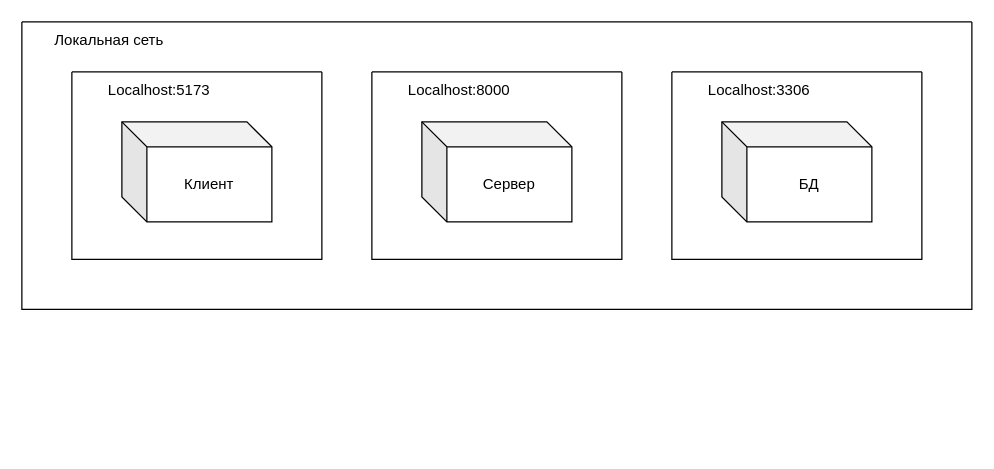
Earlier version of the draw.io diagram Физическое развёртывание.drawio (v-tempe/draw.io). Source tidied: cells renumbered, new cells numbered last; positions are measured from the earlier drawing's top-left corner, leaving out a move shared by most shapes. Both pictures are drawn from the tidied source at 125%, with x=0, y=0 at pixel (21, 21).
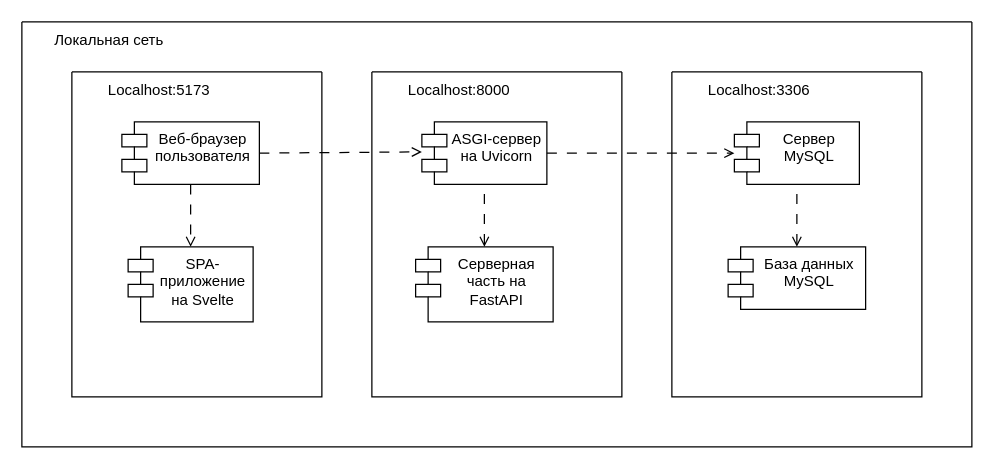
The same diagram, later.

Change to the diagram source:
```diff
@@
     <mxCell id="2" style="swimlane;startSize=0;" parent="1" vertex="1">
-      <mxGeometry width="760" height="230" as="geometry" />
+      <mxGeometry width="760" height="340" as="geometry" />
     </mxCell>
@@
     <mxCell id="4" style="swimlane;startSize=0;" parent="2" vertex="1">
-      <mxGeometry x="40" y="40" width="200" height="150" as="geometry" />
+      <mxGeometry x="40" y="40" width="200" height="260" as="geometry" />
     </mxCell>
-    <mxCell id="5" value="Клиент" style="shape=cube;whiteSpace=wrap;html=1;boundedLbl=1;backgroundOutline=1;darkOpacity=0.05;darkOpacity2=0.1;" parent="4" vertex="1">
-      <mxGeometry x="40" y="40" width="120" height="80" as="geometry" />
-    </mxCell>
@@
+    <mxCell id="13" value="Веб-браузер пользователя" style="shape=module;align=left;spacingLeft=20;align=center;verticalAlign=top;whiteSpace=wrap;html=1;" parent="4" vertex="1">
+      <mxGeometry x="40" y="40" width="110" height="50" as="geometry" />
+    </mxCell>
+    <mxCell id="14" value="SPA-приложение на Svelte" style="shape=module;align=left;spacingLeft=20;align=center;verticalAlign=top;whiteSpace=wrap;html=1;" parent="4" vertex="1">
+      <mxGeometry x="45" y="140" width="100" height="60" as="geometry" />
+    </mxCell>
+    <mxCell id="15" style="endArrow=open;html=1;rounded=0;exitX=0.5;exitY=1;exitDx=0;exitDy=0;entryX=0.5;entryY=0;entryDx=0;entryDy=0;endFill=0;dashed=1;dashPattern=8 8;" parent="4" edge="1" source="13" target="14">
+      <mxGeometry relative="1" as="geometry" />
+    </mxCell>
     <mxCell id="7" style="swimlane;startSize=0;" parent="2" vertex="1">
-      <mxGeometry x="280" y="40" width="200" height="150" as="geometry" />
+      <mxGeometry x="280" y="40" width="200" height="260" as="geometry" />
     </mxCell>
-    <mxCell id="8" value="Сервер" style="shape=cube;whiteSpace=wrap;html=1;boundedLbl=1;backgroundOutline=1;darkOpacity=0.05;darkOpacity2=0.1;" parent="7" vertex="1">
-      <mxGeometry x="40" y="40" width="120" height="80" as="geometry" />
-    </mxCell>
@@
+    <mxCell id="16" value="Серверная часть на FastAPI" style="shape=module;align=left;spacingLeft=20;align=center;verticalAlign=top;whiteSpace=wrap;html=1;" parent="7" vertex="1">
+      <mxGeometry x="35" y="140" width="110" height="60" as="geometry" />
+    </mxCell>
+    <mxCell id="17" value="ASGI-сервер на Uvicorn" style="shape=module;align=left;spacingLeft=20;align=center;verticalAlign=top;whiteSpace=wrap;html=1;" parent="7" vertex="1">
+      <mxGeometry x="40" y="40" width="100" height="50" as="geometry" />
+    </mxCell>
+    <mxCell id="18" style="endArrow=none;html=1;rounded=0;entryX=0.5;entryY=1;entryDx=0;entryDy=0;endFill=0;dashed=1;dashPattern=8 8;startArrow=open;startFill=0;" parent="7" edge="1" target="17">
+      <mxGeometry relative="1" as="geometry">
+        <mxPoint x="90" y="140" as="sourcePoint" />
+      </mxGeometry>
+    </mxCell>
     <mxCell id="10" style="swimlane;startSize=0;" parent="2" vertex="1">
-      <mxGeometry x="520" y="40" width="200" height="150" as="geometry" />
+      <mxGeometry x="520" y="40" width="200" height="260" as="geometry" />
     </mxCell>
@@
-    <mxCell id="12" value="БД" style="shape=cube;whiteSpace=wrap;html=1;boundedLbl=1;backgroundOutline=1;darkOpacity=0.05;darkOpacity2=0.1;" parent="10" vertex="1">
-      <mxGeometry x="40" y="40" width="120" height="80" as="geometry" />
-    </mxCell>
+    <mxCell id="19" value="База данных MySQL" style="shape=module;align=left;spacingLeft=20;align=center;verticalAlign=top;whiteSpace=wrap;html=1;" parent="10" vertex="1">
+      <mxGeometry x="45" y="140" width="110" height="50" as="geometry" />
+    </mxCell>
+    <mxCell id="20" value="Сервер MySQL" style="shape=module;align=left;spacingLeft=20;align=center;verticalAlign=top;whiteSpace=wrap;html=1;" parent="10" vertex="1">
+      <mxGeometry x="50" y="40" width="100" height="50" as="geometry" />
+    </mxCell>
+    <mxCell id="21" style="endArrow=none;html=1;rounded=0;entryX=0.5;entryY=1;entryDx=0;entryDy=0;endFill=0;dashed=1;dashPattern=8 8;startArrow=open;startFill=0;exitX=0.5;exitY=0;exitDx=0;exitDy=0;" parent="10" edge="1" source="19" target="20">
+      <mxGeometry relative="1" as="geometry" />
+    </mxCell>
+    <mxCell id="22" style="endArrow=open;html=1;rounded=0;exitX=1;exitY=0.5;exitDx=0;exitDy=0;endFill=0;dashed=1;dashPattern=8 8;" parent="2" edge="1" source="13">
+      <mxGeometry relative="1" as="geometry">
+        <mxPoint x="320" y="104" as="targetPoint" />
+      </mxGeometry>
+    </mxCell>
+    <mxCell id="23" style="endArrow=open;html=1;rounded=0;exitX=1;exitY=0.5;exitDx=0;exitDy=0;endFill=0;dashed=1;dashPattern=8 8;" parent="2" edge="1" source="17">
+      <mxGeometry relative="1" as="geometry">
+        <mxPoint x="570" y="105" as="targetPoint" />
+      </mxGeometry>
+    </mxCell>
```
